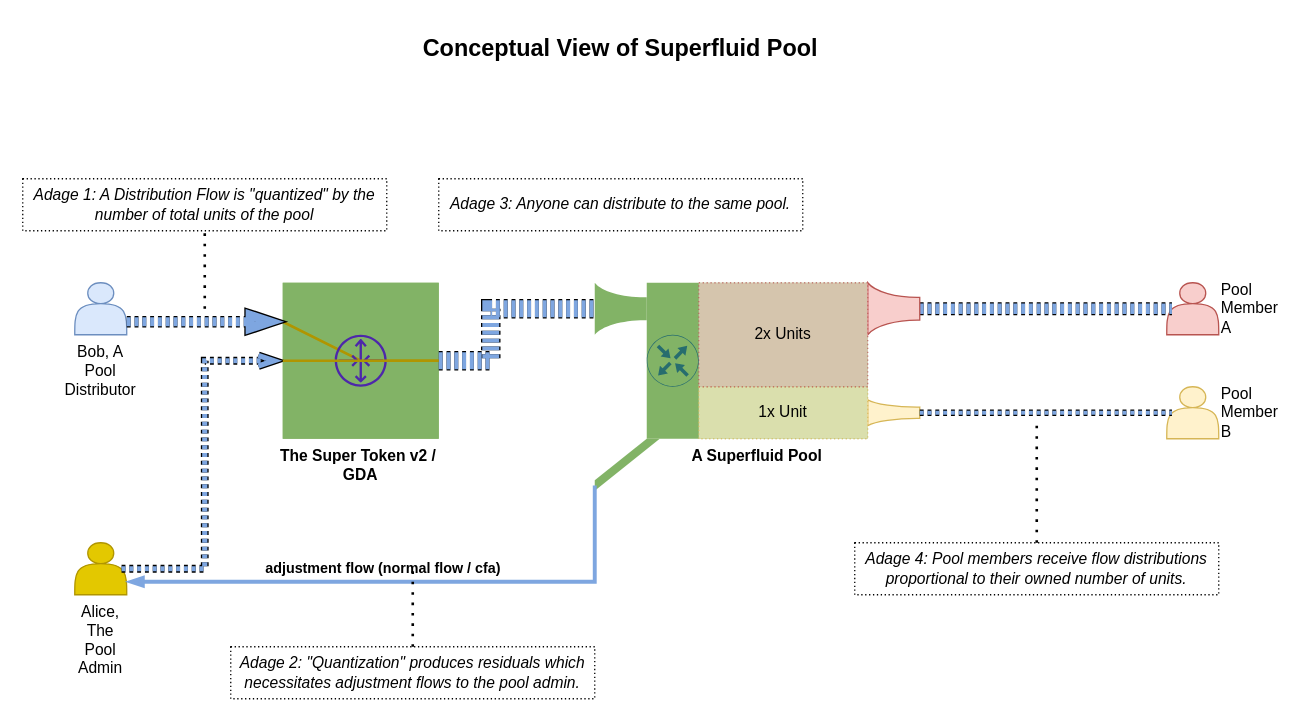
The draw.io diagram packages/solidity-semantic-money/docs/visuals.drawio in superfluid-finance/protocol-monorepo, before the edit. Source tidied: cells renumbered, new cells numbered last; positions are measured from the earlier drawing's top-left corner, leaving out a move shared by most shapes. Both pictures are drawn from the tidied source at 130%, with x=0, y=0 at pixel (22, 22).
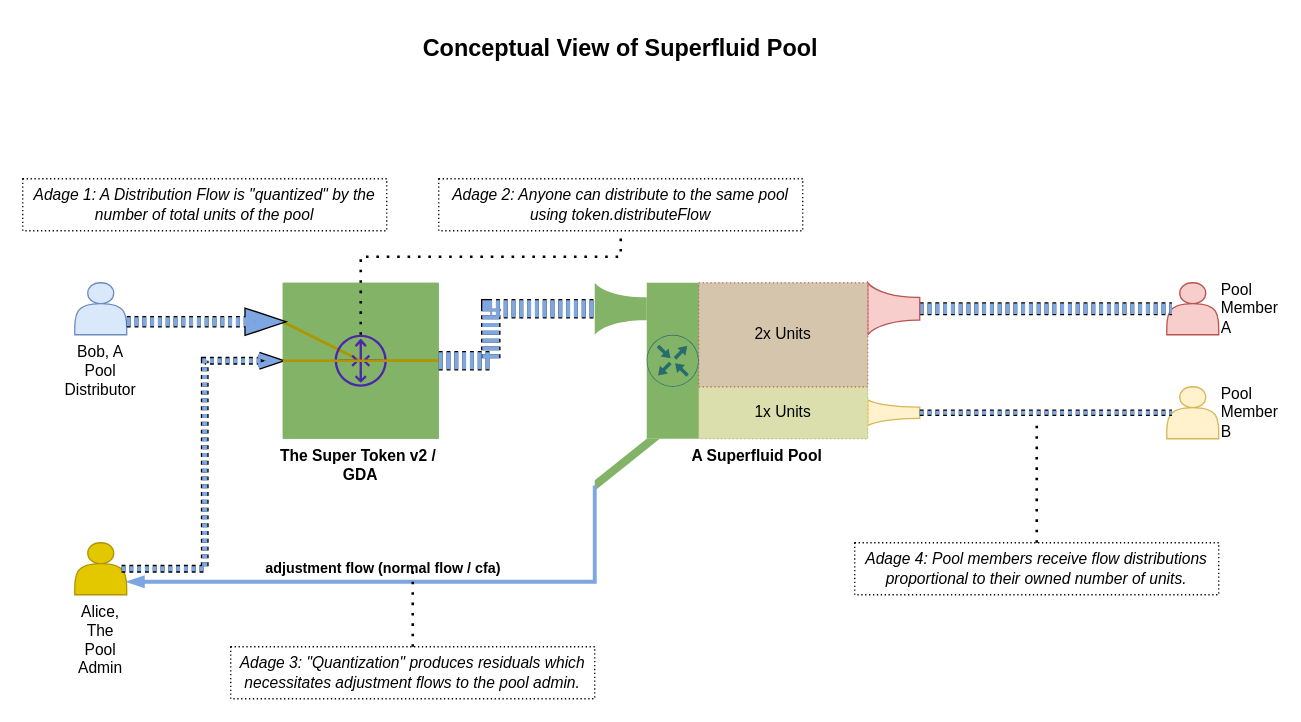
The same page after the edit.

The change refers to these unchanged cells:
```xml
<mxCell id="5" style="sketch=0;outlineConnect=0;fontColor=#232F3E;gradientColor=none;fillColor=#4D27AA;strokeColor=none;dashed=0;verticalLabelPosition=bottom;verticalAlign=top;align=center;html=1;fontSize=12;fontStyle=0;shape=mxgraph.aws4.router;" parent="2" vertex="1">
  <mxGeometry x="40" y="40" width="40" height="40" as="geometry" />
</mxCell>
<mxCell id="17" value="Adage 1: A Distribution Flow is &quot;quantized&quot; by the number of total units of the pool" style="text;html=1;strokeColor=default;fillColor=none;align=center;verticalAlign=middle;whiteSpace=wrap;rounded=0;fontSize=12;fontStyle=2;dashed=1;dashPattern=1 2;" parent="1" vertex="1">
  <mxGeometry y="120" width="280" height="40" as="geometry" />
</mxCell>
```

Change to the diagram source:
```diff
@@
-    <mxCell id="18" style="endArrow=none;dashed=1;html=1;dashPattern=1 3;strokeWidth=2;rounded=0;shadow=0;strokeColor=#000000;fontSize=12;fillColor=#7EA6E0;entryX=0.5;entryY=1;entryDx=0;entryDy=0;" parent="1" edge="1" target="17">
+    <mxCell id="18" style="endArrow=none;dashed=1;html=1;dashPattern=1 3;strokeWidth=2;rounded=0;shadow=0;strokeColor=#000000;fontSize=12;fillColor=#7EA6E0;entryX=0.5;entryY=1;entryDx=0;entryDy=0;" parent="1" edge="1" source="5" target="32">
       <mxGeometry relative="1" as="geometry">
-        <mxPoint x="140" y="220" as="sourcePoint" />
+        <Array as="points">
+          <mxPoint x="260" y="180" />
+          <mxPoint x="460" y="180" />
+        </Array>
       </mxGeometry>
     </mxCell>
@@
-    <mxCell id="23" value="1x&amp;nbsp;Unit" style="rounded=0;whiteSpace=wrap;html=1;dashed=1;dashPattern=1 2;strokeColor=#d6b656;fontSize=12;fillColor=#fff2cc;opacity=70;" parent="1" vertex="1">
+    <mxCell id="23" value="1x&amp;nbsp;Units" style="rounded=0;whiteSpace=wrap;html=1;dashed=1;dashPattern=1 2;strokeColor=#d6b656;fontSize=12;fillColor=#fff2cc;opacity=70;" parent="1" vertex="1">
       <mxGeometry x="520" y="280" width="130" height="40" as="geometry" />
     </mxCell>
@@
-    <mxCell id="27" value="Adage 2: &quot;Quantization&quot; produces residuals which necessitates adjustment flows to the pool admin." style="text;html=1;strokeColor=default;fillColor=none;align=center;verticalAlign=middle;whiteSpace=wrap;rounded=0;fontSize=12;fontStyle=2;dashed=1;dashPattern=1 2;" parent="1" vertex="1">
+    <mxCell id="27" value="Adage 3: &quot;Quantization&quot; produces residuals which necessitates adjustment flows to the pool admin." style="text;html=1;strokeColor=default;fillColor=none;align=center;verticalAlign=middle;whiteSpace=wrap;rounded=0;fontSize=12;fontStyle=2;dashed=1;dashPattern=1 2;" parent="1" vertex="1">
       <mxGeometry x="160" y="480" width="280" height="40" as="geometry" />
     </mxCell>
@@
-    <mxCell id="32" value="Adage 3: Anyone can distribute to the same pool." style="text;html=1;strokeColor=default;fillColor=none;align=center;verticalAlign=middle;whiteSpace=wrap;rounded=0;fontSize=12;fontStyle=2;dashed=1;dashPattern=1 2;" parent="1" vertex="1">
+    <mxCell id="32" value="Adage 2: Anyone can distribute to the same pool using token.distributeFlow" style="text;html=1;strokeColor=default;fillColor=none;align=center;verticalAlign=middle;whiteSpace=wrap;rounded=0;fontSize=12;fontStyle=2;dashed=1;dashPattern=1 2;" parent="1" vertex="1">
       <mxGeometry x="320" y="120" width="280" height="40" as="geometry" />
     </mxCell>
```
